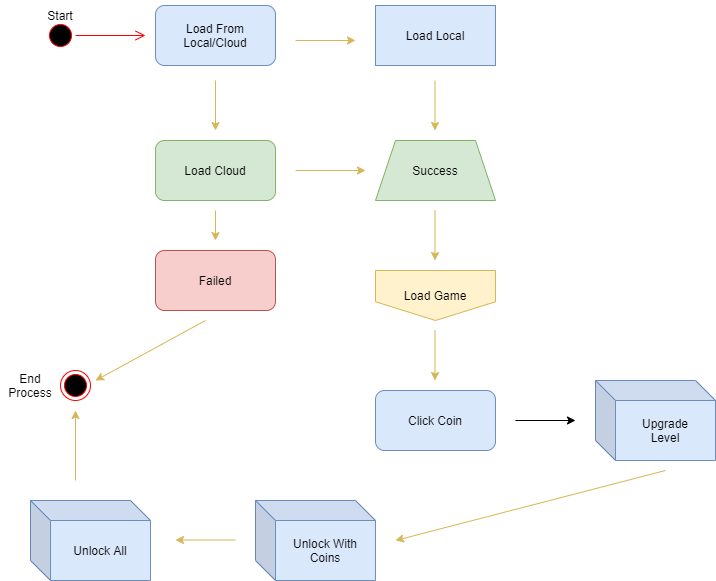
Earlier version of the draw.io export Activity Diagram.drawio.png (andreasmarbun14/Diagram-Draw-io). Source tidied: cells renumbered, new cells last; positions are measured from the earlier drawing's top-left corner, leaving out a move shared by most shapes.
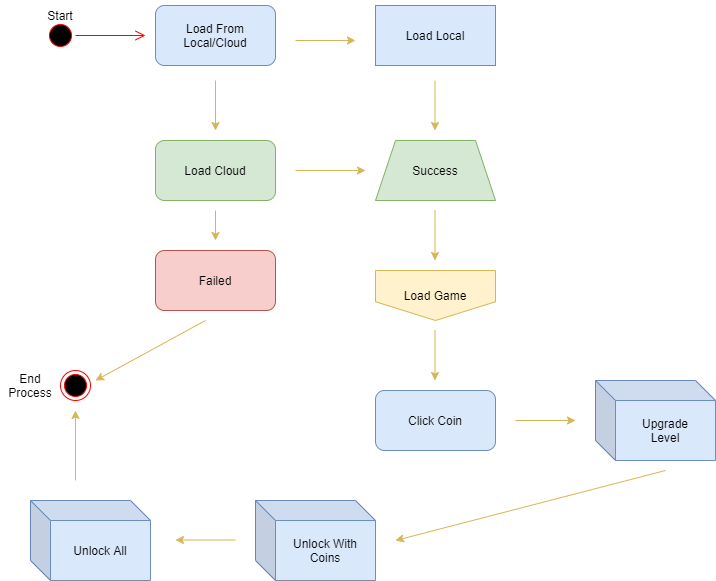
After the change.

Change to the diagram source:
```diff
@@ -85,7 +85,7 @@
     <mxCell id="20" value="Click Coin" style="rounded=1;whiteSpace=wrap;html=1;fillColor=#dae8fc;strokeColor=#6c8ebf;" parent="1" vertex="1">
       <mxGeometry x="375" y="390" width="120" height="60" as="geometry" />
     </mxCell>
-    <mxCell id="21" style="endArrow=classic;html=1;rounded=0;" parent="1" edge="1">
+    <mxCell id="21" style="endArrow=classic;html=1;rounded=0;fillColor=#fff2cc;strokeColor=#d6b656;" parent="1" edge="1">
       <mxGeometry relative="1" as="geometry">
         <mxPoint x="515" y="420" as="sourcePoint" />
         <mxPoint x="575" y="420" as="targetPoint" />
```
